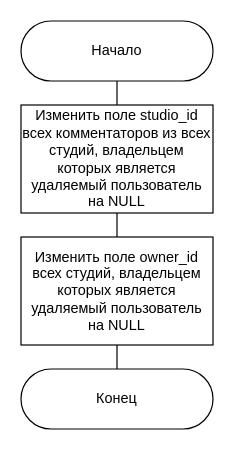
Above: NewTex/inc/tr_whenDeleteStudioOwner.drawio in Inlucker/DataBaseCybersport (draw.io), before the change. Source tidied: cells renumbered, new cells numbered last; positions are measured from the earlier drawing's top-left corner, leaving out a move shared by most shapes. Both pictures are drawn from the tidied source at 120%, with x=0, y=0 at pixel (20, 20).
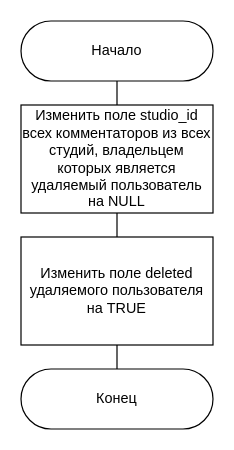
The same page after the edit.

The edit, as a diff of the source:
```diff
@@
 <mxGraphModel>
   <root>
     <mxCell id="0" />
     <mxCell id="1" parent="0" />
     <mxCell id="2" style="edgeStyle=orthogonalEdgeStyle;rounded=0;jettySize=auto;html=1;endArrow=none;" parent="1" edge="1" source="3" target="8">
       <mxGeometry relative="1" as="geometry" />
     </mxCell>
     <mxCell id="3" value="Изменить поле studio_id всех комментаторов из всех студий, владельцем которых является удаляемый пользователь на NULL" style="rounded=0;whiteSpace=wrap;html=1;absoluteArcSize=1;arcSize=14;strokeWidth=1;fontStyle=0;fontSize=12;fontFamily=Helvetica;" parent="1" vertex="1">
       <mxGeometry y="70" width="160" height="90" as="geometry" />
     </mxCell>
     <mxCell id="4" style="edgeStyle=orthogonalEdgeStyle;rounded=0;jettySize=auto;html=1;endArrow=none;" parent="1" edge="1" source="5" target="3">
       <mxGeometry relative="1" as="geometry" />
     </mxCell>
     <mxCell id="5" value="&lt;font style=&quot;font-size: 12px;&quot;&gt;Начало&lt;/font&gt;" style="rounded=1;whiteSpace=wrap;html=1;fontFamily=Helvetica;fontSize=12;arcSize=50;fontStyle=0;" parent="1" vertex="1">
       <mxGeometry width="160" height="50" as="geometry" />
     </mxCell>
     <mxCell id="6" value="&lt;font style=&quot;font-size: 12px;&quot;&gt;Конец&lt;/font&gt;" style="rounded=1;whiteSpace=wrap;html=1;fontFamily=Helvetica;fontSize=12;arcSize=50;fontStyle=0;" parent="1" vertex="1">
       <mxGeometry y="290" width="160" height="50" as="geometry" />
     </mxCell>
     <mxCell id="7" style="edgeStyle=orthogonalEdgeStyle;rounded=0;jettySize=auto;html=1;endArrow=none;" parent="1" edge="1" source="8" target="6">
       <mxGeometry relative="1" as="geometry" />
     </mxCell>
-    <mxCell id="8" value="Изменить поле owner_id всех студий, владельцем которых является удаляемый пользователь на NULL" style="rounded=0;whiteSpace=wrap;html=1;absoluteArcSize=1;arcSize=14;strokeWidth=1;fontStyle=0;fontSize=12;fontFamily=Helvetica;" parent="1" vertex="1">
+    <mxCell id="8" value="Изменить поле deleted удаляемого пользователя на TRUE" style="rounded=0;whiteSpace=wrap;html=1;absoluteArcSize=1;arcSize=14;strokeWidth=1;fontStyle=0;fontSize=12;fontFamily=Helvetica;" parent="1" vertex="1">
       <mxGeometry y="180" width="160" height="90" as="geometry" />
     </mxCell>
   </root>
 </mxGraphModel>
```
